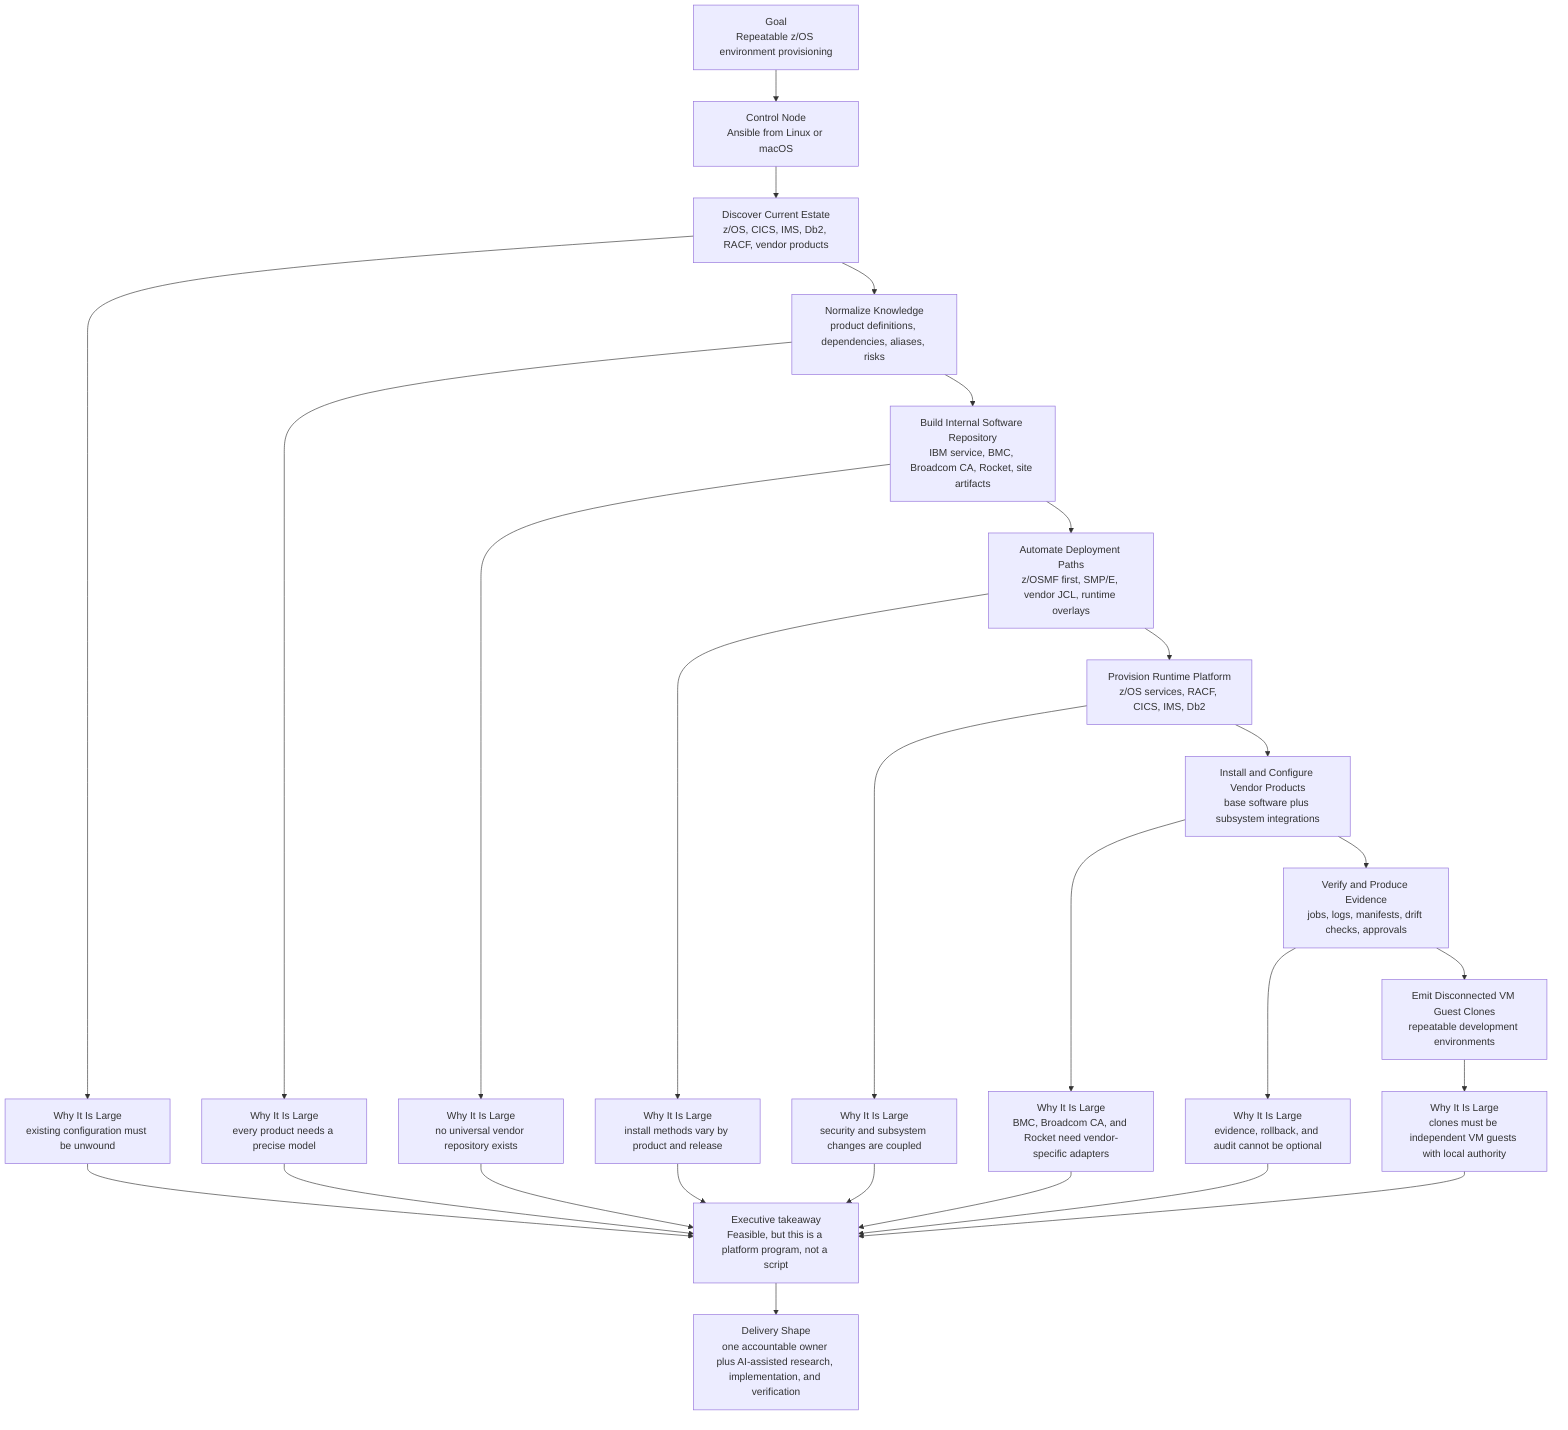
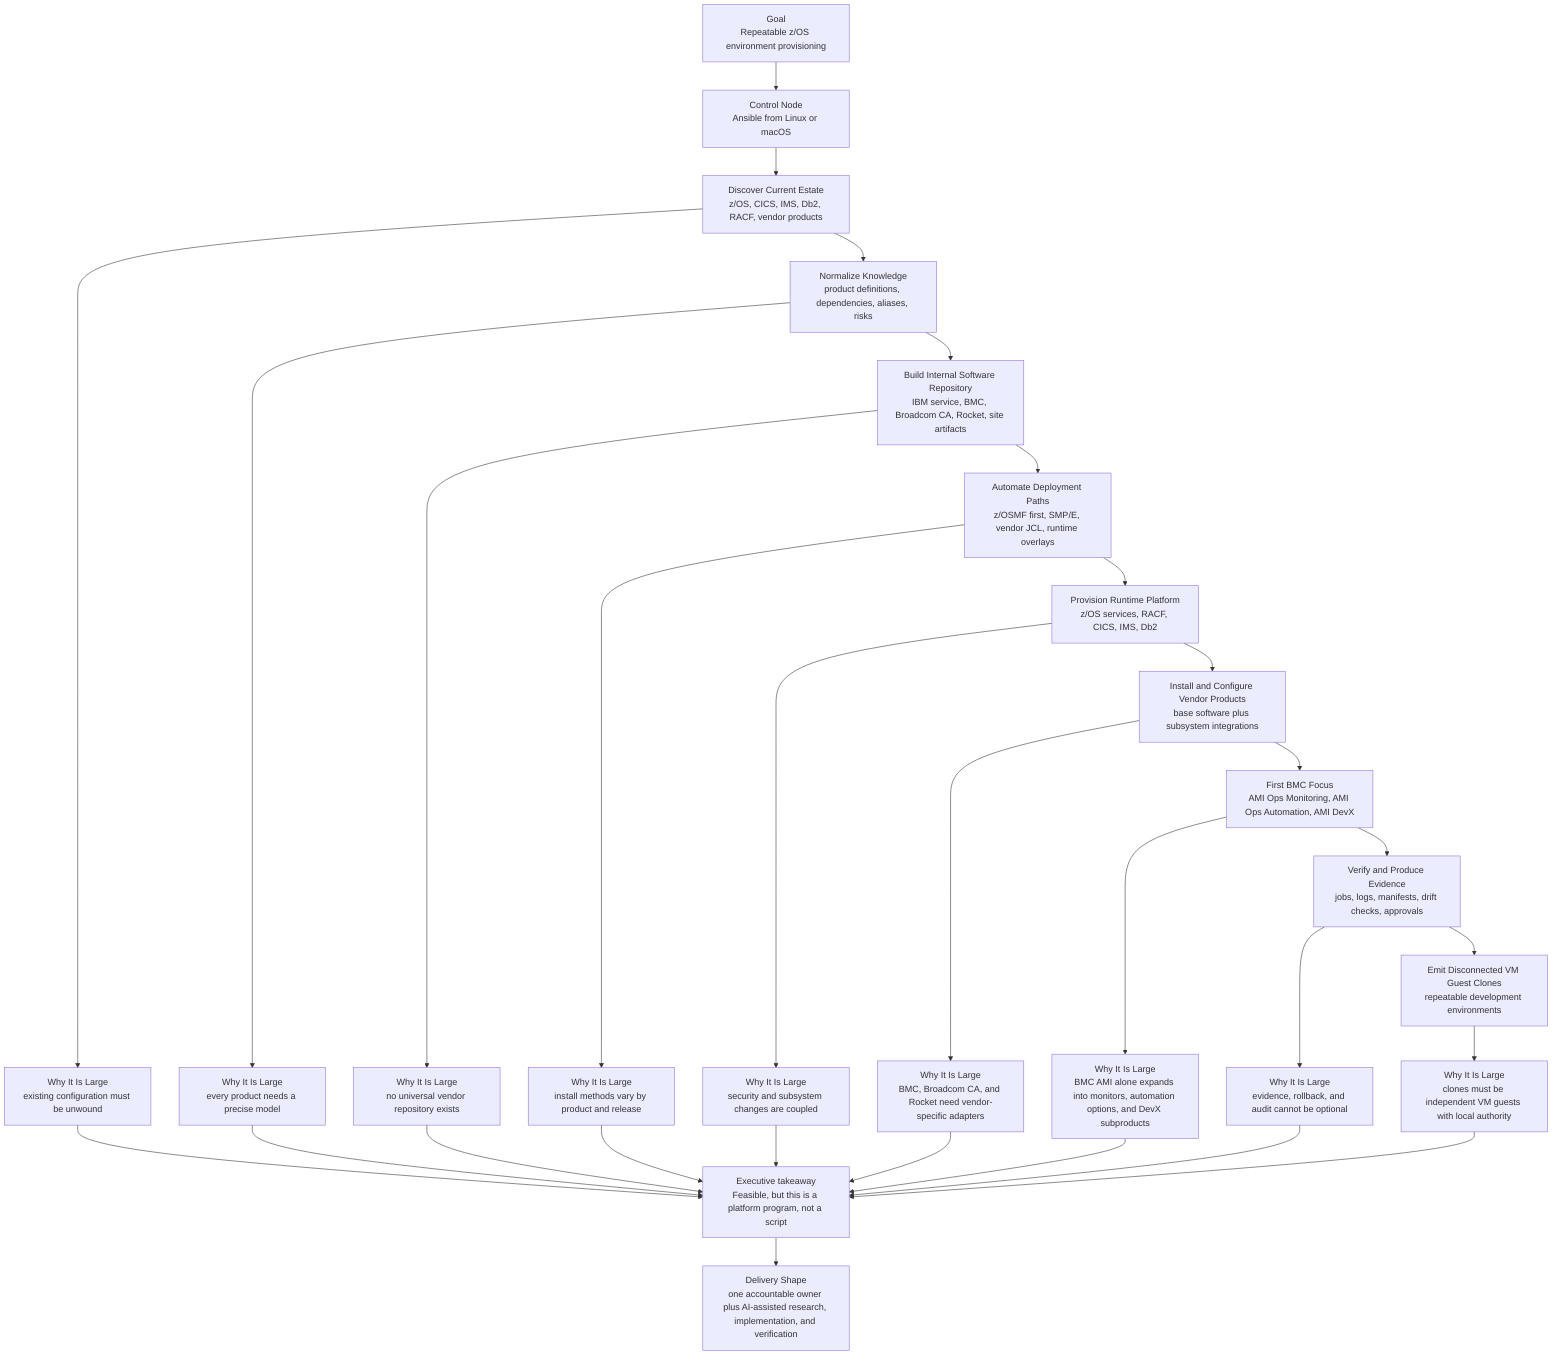
flowchart TD
    A["Goal<br/>Repeatable z/OS environment provisioning"] --> B["Control Node<br/>Ansible from Linux or macOS"]

    B --> C["Discover Current Estate<br/>z/OS, CICS, IMS, Db2, RACF, vendor products"]
    C --> D["Normalize Knowledge<br/>product definitions, dependencies, aliases, risks"]
    D --> E["Build Internal Software Repository<br/>IBM service, BMC, Broadcom CA, Rocket, site artifacts"]
    E --> F["Automate Deployment Paths<br/>z/OSMF first, SMP/E, vendor JCL, runtime overlays"]
    F --> G["Provision Runtime Platform<br/>z/OS services, RACF, CICS, IMS, Db2"]
    G --> H["Install and Configure Vendor Products<br/>base software plus subsystem integrations"]
-     H --> I["Verify and Produce Evidence<br/>jobs, logs, manifests, drift checks, approvals"]
+     H --> U["First BMC Focus<br/>AMI Ops Monitoring, AMI Ops Automation, AMI DevX"]
+     U --> I["Verify and Produce Evidence<br/>jobs, logs, manifests, drift checks, approvals"]
    I --> J["Emit Disconnected VM Guest Clones<br/>repeatable development environments"]

    C --> K["Why It Is Large<br/>existing configuration must be unwound"]
    D --> L["Why It Is Large<br/>every product needs a precise model"]
    E --> M["Why It Is Large<br/>no universal vendor repository exists"]
    F --> N["Why It Is Large<br/>install methods vary by product and release"]
    G --> O["Why It Is Large<br/>security and subsystem changes are coupled"]
    H --> P["Why It Is Large<br/>BMC, Broadcom CA, and Rocket need vendor-specific adapters"]
+     U --> V["Why It Is Large<br/>BMC AMI alone expands into monitors, automation options, and DevX subproducts"]
    I --> Q["Why It Is Large<br/>evidence, rollback, and audit cannot be optional"]
    J --> R["Why It Is Large<br/>clones must be independent VM guests with local authority"]

    K --> S["Executive takeaway<br/>Feasible, but this is a platform program, not a script"]
    L --> S
    M --> S
    N --> S
    O --> S
    P --> S
+     V --> S
    Q --> S
    R --> S

    S --> T["Delivery Shape<br/>one accountable owner plus AI-assisted research, implementation, and verification"]
